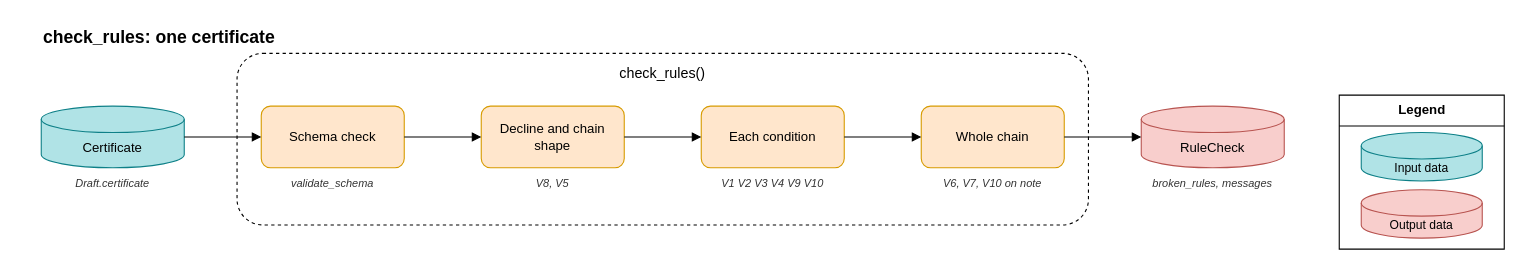
Earlier version of the draw.io diagram docs/_static/diagrams/check/check-rules.drawio (kevindoingstuff/autoMCCD-lite). Source tidied: cells renumbered, new cells numbered last; positions are measured from the earlier drawing's top-left corner, leaving out a move shared by most shapes. Both pictures are drawn from the tidied source at 110%, with x=0, y=0 at pixel (19, 19).
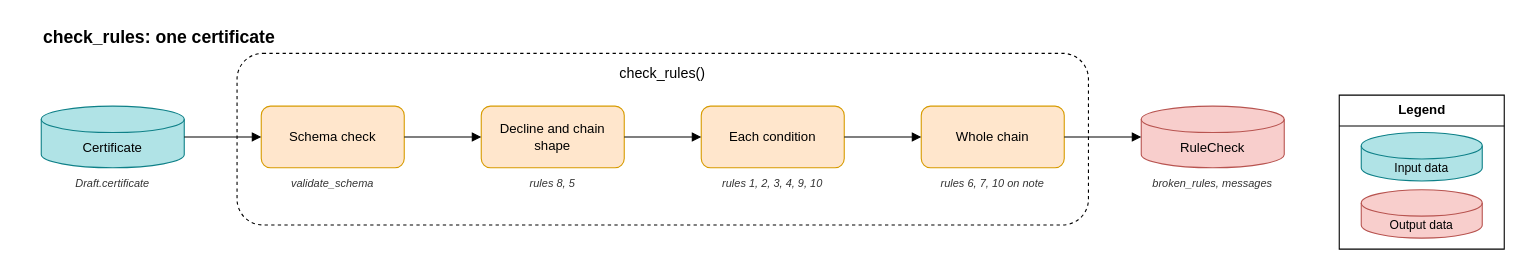
Above is the later version.

Change to the diagram source:
```diff
@@
-    <mxCell id="9" value="V8, V5" style="text;html=1;fontSize=10;fontStyle=2;align=center;verticalAlign=top;whiteSpace=wrap;fontColor=#333333;" parent="1" vertex="1">
+    <mxCell id="9" value="rules 8, 5" style="text;html=1;fontSize=10;fontStyle=2;align=center;verticalAlign=top;whiteSpace=wrap;fontColor=#333333;" parent="1" vertex="1">
       <mxGeometry x="400" y="137" width="170" height="30" as="geometry" />
     </mxCell>
@@
-    <mxCell id="11" value="V1 V2 V3 V4 V9 V10" style="text;html=1;fontSize=10;fontStyle=2;align=center;verticalAlign=top;whiteSpace=wrap;fontColor=#333333;" parent="1" vertex="1">
+    <mxCell id="11" value="rules 1, 2, 3, 4, 9, 10" style="text;html=1;fontSize=10;fontStyle=2;align=center;verticalAlign=top;whiteSpace=wrap;fontColor=#333333;" parent="1" vertex="1">
       <mxGeometry x="600" y="137" width="170" height="30" as="geometry" />
     </mxCell>
@@
-    <mxCell id="13" value="V6, V7, V10 on note" style="text;html=1;fontSize=10;fontStyle=2;align=center;verticalAlign=top;whiteSpace=wrap;fontColor=#333333;" parent="1" vertex="1">
+    <mxCell id="13" value="rules 6, 7, 10 on note" style="text;html=1;fontSize=10;fontStyle=2;align=center;verticalAlign=top;whiteSpace=wrap;fontColor=#333333;" parent="1" vertex="1">
       <mxGeometry x="800" y="137" width="170" height="30" as="geometry" />
     </mxCell>
```
